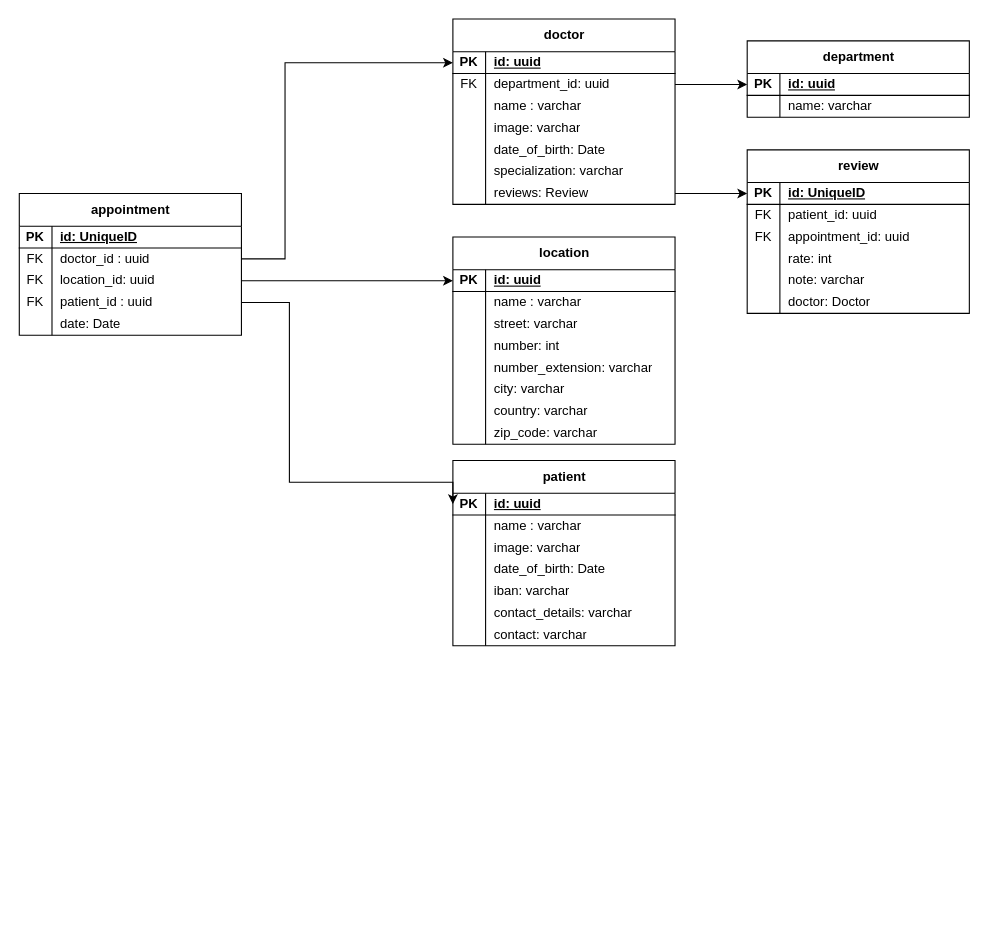
The draw.io diagram SaudeAll_Database.drawio in Alexposh/SaudeAll, before the edit. Source tidied: cells renumbered, new cells numbered last; positions are measured from the earlier drawing's top-left corner, leaving out a move shared by most shapes. Both pictures are drawn from the tidied source at 109%, with x=0, y=0 at pixel (19, 19).
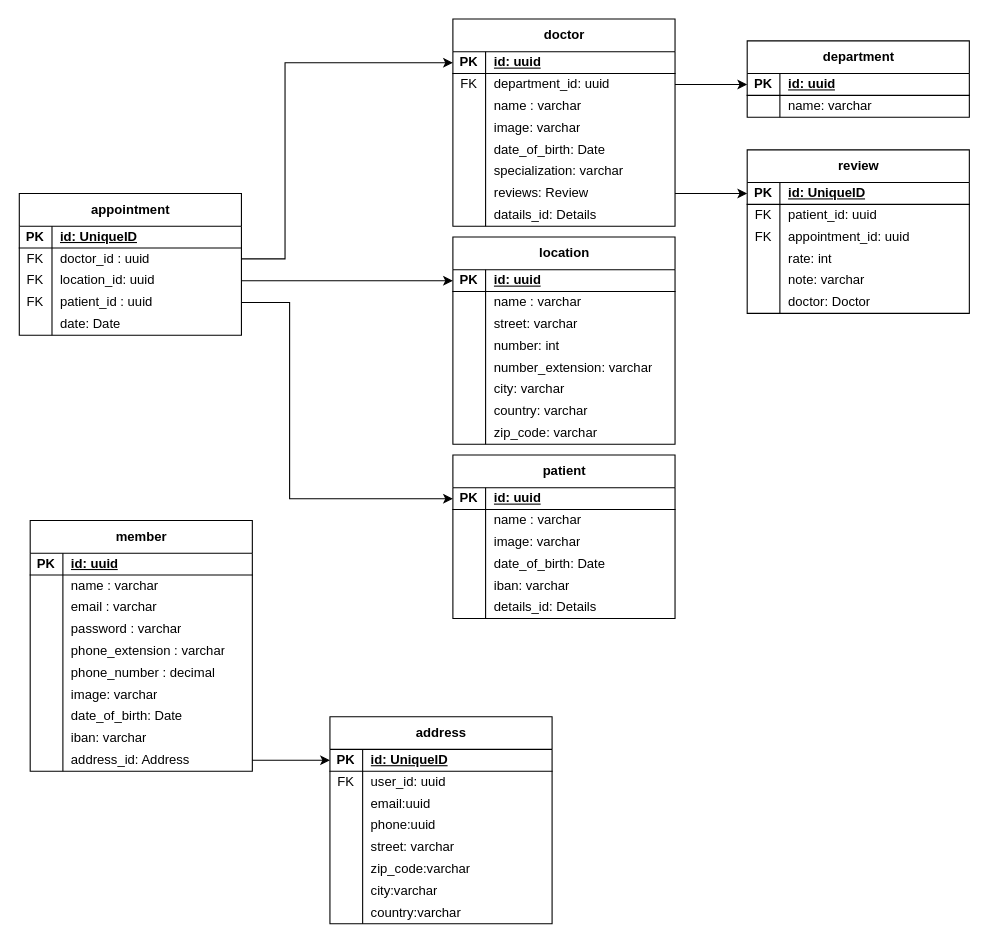
Above is the later version.

The change refers to these unchanged cells:
```xml
<mxCell id="3" style="shape=tableRow;horizontal=0;startSize=0;swimlaneHead=0;swimlaneBody=0;fillColor=none;points=[[0,0.5],[1,0.5]];portConstraint=eastwest;top=0;left=0;right=0;bottom=1;spacing=2;" parent="2" vertex="1">
  <mxGeometry y="30" width="203.8" height="20" as="geometry" />
</mxCell>
<mxCell id="18" style="shape=tableRow;horizontal=0;startSize=0;swimlaneHead=0;swimlaneBody=0;fillColor=none;top=0;left=0;right=0;bottom=0;spacing=2;" parent="2" vertex="1">
  <mxGeometry y="130" width="203.8" height="20" as="geometry" />
</mxCell>
<mxCell id="56" style="shape=tableRow;horizontal=0;startSize=0;swimlaneHead=0;swimlaneBody=0;fillColor=none;points=[[0,0.5],[1,0.5]];portConstraint=eastwest;top=0;left=0;right=0;bottom=0;spacing=2;" parent="46" vertex="1">
  <mxGeometry y="90" width="203.8" height="20" as="geometry" />
</mxCell>
```

What changed in the source:
```diff
@@
     <mxCell id="2" value="patient" style="shape=table;startSize=30;childLayout=tableLayout;rowLines=0;fontStyle=1;align=center;html=1;spacing=2;" parent="1" vertex="1">
-      <mxGeometry x="398" y="405" width="203.8" height="170" as="geometry" />
+      <mxGeometry x="398" y="400" width="203.8" height="150" as="geometry" />
     </mxCell>
@@
-    <mxCell id="20" value="contact_details: varchar" style="shape=partialRectangle;fillColor=none;top=0;left=0;bottom=0;right=0;align=left;spacingLeft=6;overflow=hidden;whiteSpace=wrap;html=1;spacing=2;" parent="18" vertex="1">
+    <mxCell id="20" value="details_id: Details" style="shape=partialRectangle;fillColor=none;top=0;left=0;bottom=0;right=0;align=left;spacingLeft=6;overflow=hidden;whiteSpace=wrap;html=1;spacing=2;" parent="18" vertex="1">
       <mxGeometry x="30" width="173.8" height="20" as="geometry" />
     </mxCell>
-    <mxCell id="21" style="shape=tableRow;horizontal=0;startSize=0;swimlaneHead=0;swimlaneBody=0;fillColor=none;top=0;left=0;right=0;bottom=0;spacing=2;" parent="2" vertex="1">
-      <mxGeometry y="150" width="203.8" height="20" as="geometry" />
-    </mxCell>
-    <mxCell id="22" style="shape=partialRectangle;fillColor=none;top=0;left=0;bottom=0;right=0;overflow=hidden;whiteSpace=wrap;html=1;spacing=2;" parent="21" vertex="1">
-      <mxGeometry width="30" height="20" as="geometry" />
-    </mxCell>
-    <mxCell id="23" value="contact: varchar" style="shape=partialRectangle;fillColor=none;top=0;left=0;bottom=0;right=0;align=left;spacingLeft=6;overflow=hidden;whiteSpace=wrap;html=1;spacing=2;" parent="21" vertex="1">
-      <mxGeometry x="30" width="173.8" height="20" as="geometry" />
-    </mxCell>
     <mxCell id="24" value="doctor" style="shape=table;startSize=30;childLayout=tableLayout;rowLines=0;fontStyle=1;align=center;html=1;spacing=2;" parent="1" vertex="1">
-      <mxGeometry x="398" width="203.8" height="170" as="geometry" />
+      <mxGeometry x="398" width="203.8" height="190" as="geometry" />
     </mxCell>
@@
+    <mxCell id="118" style="shape=tableRow;horizontal=0;startSize=0;swimlaneHead=0;swimlaneBody=0;fillColor=none;top=0;left=0;right=0;bottom=0;spacing=2;" parent="24" vertex="1">
+      <mxGeometry y="170" width="203.8" height="20" as="geometry" />
+    </mxCell>
+    <mxCell id="119" style="shape=partialRectangle;fillColor=none;top=0;left=0;bottom=0;right=0;overflow=hidden;whiteSpace=wrap;html=1;spacing=2;" parent="118" vertex="1">
+      <mxGeometry width="30" height="20" as="geometry" />
+    </mxCell>
+    <mxCell id="120" value="datails_id: Details" style="shape=partialRectangle;fillColor=none;top=0;left=0;bottom=0;right=0;align=left;spacingLeft=6;overflow=hidden;whiteSpace=wrap;html=1;spacing=2;" parent="118" vertex="1">
+      <mxGeometry x="30" width="173.8" height="20" as="geometry" />
+    </mxCell>
@@
     <mxCell id="71" style="edgeStyle=orthogonalEdgeStyle;rounded=0;jettySize=auto;html=1;exitX=1;exitY=0.5;exitDx=0;exitDy=0;entryX=0;entryY=0.5;entryDx=0;entryDy=0;" parent="1" edge="1" source="56" target="3">
       <mxGeometry relative="1" as="geometry">
         <Array as="points">
-          <mxPoint x="248" y="260" />
-          <mxPoint x="248" y="425" />
-          <mxPoint x="398" y="425" />
+          <mxPoint x="248.2" y="260" />
+          <mxPoint x="248.2" y="440" />
+          <mxPoint x="398.2" y="440" />
         </Array>
       </mxGeometry>
     </mxCell>
@@
+    <mxCell id="121" value="address" style="shape=table;startSize=30;childLayout=tableLayout;rowLines=0;fontStyle=1;align=center;html=1;spacing=2;" parent="1" vertex="1">
+      <mxGeometry x="285.2" y="640" width="203.8" height="190" as="geometry" />
+    </mxCell>
+    <mxCell id="122" style="shape=tableRow;horizontal=0;startSize=0;swimlaneHead=0;swimlaneBody=0;fillColor=none;points=[[0,0.5],[1,0.5]];portConstraint=eastwest;top=0;left=0;right=0;bottom=1;spacing=2;" parent="121" vertex="1">
+      <mxGeometry y="30" width="203.8" height="20" as="geometry" />
+    </mxCell>
+    <mxCell id="123" value="PK" style="shape=partialRectangle;fillColor=none;top=0;left=0;bottom=0;right=0;fontStyle=1;overflow=hidden;whiteSpace=wrap;html=1;spacing=2;" parent="122" vertex="1">
+      <mxGeometry width="30" height="20" as="geometry" />
+    </mxCell>
+    <mxCell id="124" value="id: UniqueID" style="shape=partialRectangle;fillColor=none;top=0;left=0;bottom=0;right=0;align=left;spacingLeft=6;fontStyle=5;overflow=hidden;whiteSpace=wrap;html=1;spacing=2;" parent="122" vertex="1">
+      <mxGeometry x="30" width="173.8" height="20" as="geometry" />
+    </mxCell>
+    <mxCell id="125" style="shape=tableRow;horizontal=0;startSize=0;swimlaneHead=0;swimlaneBody=0;fillColor=none;top=0;left=0;right=0;bottom=0;spacing=2;" parent="121" vertex="1">
+      <mxGeometry y="50" width="203.8" height="20" as="geometry" />
+    </mxCell>
+    <mxCell id="126" value="FK" style="shape=partialRectangle;fillColor=none;top=0;left=0;bottom=0;right=0;overflow=hidden;whiteSpace=wrap;html=1;spacing=2;" parent="125" vertex="1">
+      <mxGeometry width="30" height="20" as="geometry" />
+    </mxCell>
+    <mxCell id="127" value="user_id: uuid" style="shape=partialRectangle;fillColor=none;top=0;left=0;bottom=0;right=0;align=left;spacingLeft=6;overflow=hidden;whiteSpace=wrap;html=1;spacing=2;" parent="125" vertex="1">
+      <mxGeometry x="30" width="173.8" height="20" as="geometry" />
+    </mxCell>
+    <mxCell id="128" style="shape=tableRow;horizontal=0;startSize=0;swimlaneHead=0;swimlaneBody=0;fillColor=none;top=0;left=0;right=0;bottom=0;spacing=2;" parent="121" vertex="1">
+      <mxGeometry y="70" width="203.8" height="20" as="geometry" />
+    </mxCell>
+    <mxCell id="129" style="shape=partialRectangle;fillColor=none;top=0;left=0;bottom=0;right=0;overflow=hidden;whiteSpace=wrap;html=1;spacing=2;" parent="128" vertex="1">
+      <mxGeometry width="30" height="20" as="geometry" />
+    </mxCell>
+    <mxCell id="130" value="email:uuid" style="shape=partialRectangle;fillColor=none;top=0;left=0;bottom=0;right=0;align=left;spacingLeft=6;overflow=hidden;whiteSpace=wrap;html=1;spacing=2;" parent="128" vertex="1">
+      <mxGeometry x="30" width="173.8" height="20" as="geometry" />
+    </mxCell>
+    <mxCell id="131" style="shape=tableRow;horizontal=0;startSize=0;swimlaneHead=0;swimlaneBody=0;fillColor=none;top=0;left=0;right=0;bottom=0;spacing=2;" parent="121" vertex="1">
+      <mxGeometry y="90" width="203.8" height="20" as="geometry" />
+    </mxCell>
+    <mxCell id="132" style="shape=partialRectangle;fillColor=none;top=0;left=0;bottom=0;right=0;overflow=hidden;whiteSpace=wrap;html=1;spacing=2;" parent="131" vertex="1">
+      <mxGeometry width="30" height="20" as="geometry" />
+    </mxCell>
+    <mxCell id="133" value="phone:uuid" style="shape=partialRectangle;fillColor=none;top=0;left=0;bottom=0;right=0;align=left;spacingLeft=6;overflow=hidden;whiteSpace=wrap;html=1;spacing=2;" parent="131" vertex="1">
+      <mxGeometry x="30" width="173.8" height="20" as="geometry" />
+    </mxCell>
+    <mxCell id="134" style="shape=tableRow;horizontal=0;startSize=0;swimlaneHead=0;swimlaneBody=0;fillColor=none;top=0;left=0;right=0;bottom=0;spacing=2;" parent="121" vertex="1">
+      <mxGeometry y="110" width="203.8" height="20" as="geometry" />
+    </mxCell>
+    <mxCell id="135" style="shape=partialRectangle;fillColor=none;top=0;left=0;bottom=0;right=0;overflow=hidden;whiteSpace=wrap;html=1;spacing=2;" parent="134" vertex="1">
+      <mxGeometry width="30" height="20" as="geometry" />
+    </mxCell>
+    <mxCell id="136" value="street: varchar" style="shape=partialRectangle;fillColor=none;top=0;left=0;bottom=0;right=0;align=left;spacingLeft=6;overflow=hidden;whiteSpace=wrap;html=1;spacing=2;" parent="134" vertex="1">
+      <mxGeometry x="30" width="173.8" height="20" as="geometry" />
+    </mxCell>
+    <mxCell id="137" style="shape=tableRow;horizontal=0;startSize=0;swimlaneHead=0;swimlaneBody=0;fillColor=none;top=0;left=0;right=0;bottom=0;spacing=2;" parent="121" vertex="1">
+      <mxGeometry y="130" width="203.8" height="20" as="geometry" />
+    </mxCell>
+    <mxCell id="138" style="shape=partialRectangle;fillColor=none;top=0;left=0;bottom=0;right=0;overflow=hidden;whiteSpace=wrap;html=1;spacing=2;" parent="137" vertex="1">
+      <mxGeometry width="30" height="20" as="geometry" />
+    </mxCell>
+    <mxCell id="139" value="zip_code:varchar" style="shape=partialRectangle;fillColor=none;top=0;left=0;bottom=0;right=0;align=left;spacingLeft=6;overflow=hidden;whiteSpace=wrap;html=1;spacing=2;" parent="137" vertex="1">
+      <mxGeometry x="30" width="173.8" height="20" as="geometry" />
+    </mxCell>
+    <mxCell id="140" style="shape=tableRow;horizontal=0;startSize=0;swimlaneHead=0;swimlaneBody=0;fillColor=none;top=0;left=0;right=0;bottom=0;spacing=2;" parent="121" vertex="1">
+      <mxGeometry y="150" width="203.8" height="20" as="geometry" />
+    </mxCell>
+    <mxCell id="141" style="shape=partialRectangle;fillColor=none;top=0;left=0;bottom=0;right=0;overflow=hidden;whiteSpace=wrap;html=1;spacing=2;" parent="140" vertex="1">
+      <mxGeometry width="30" height="20" as="geometry" />
+    </mxCell>
+    <mxCell id="142" value="city:varchar" style="shape=partialRectangle;fillColor=none;top=0;left=0;bottom=0;right=0;align=left;spacingLeft=6;overflow=hidden;whiteSpace=wrap;html=1;spacing=2;" parent="140" vertex="1">
+      <mxGeometry x="30" width="173.8" height="20" as="geometry" />
+    </mxCell>
+    <mxCell id="143" style="shape=tableRow;horizontal=0;startSize=0;swimlaneHead=0;swimlaneBody=0;fillColor=none;top=0;left=0;right=0;bottom=0;spacing=2;" parent="121" vertex="1">
+      <mxGeometry y="170" width="203.8" height="20" as="geometry" />
+    </mxCell>
+    <mxCell id="144" style="shape=partialRectangle;fillColor=none;top=0;left=0;bottom=0;right=0;overflow=hidden;whiteSpace=wrap;html=1;spacing=2;" parent="143" vertex="1">
+      <mxGeometry width="30" height="20" as="geometry" />
+    </mxCell>
+    <mxCell id="145" value="country:varchar" style="shape=partialRectangle;fillColor=none;top=0;left=0;bottom=0;right=0;align=left;spacingLeft=6;overflow=hidden;whiteSpace=wrap;html=1;spacing=2;" parent="143" vertex="1">
+      <mxGeometry x="30" width="173.8" height="20" as="geometry" />
+    </mxCell>
+    <mxCell id="146" value="member" style="shape=table;startSize=30;childLayout=tableLayout;rowLines=0;fontStyle=1;align=center;html=1;spacing=2;" parent="1" vertex="1">
+      <mxGeometry x="10.2" y="460" width="203.8" height="230" as="geometry" />
+    </mxCell>
+    <mxCell id="147" style="shape=tableRow;horizontal=0;startSize=0;swimlaneHead=0;swimlaneBody=0;fillColor=none;top=0;left=0;right=0;bottom=1;spacing=2;" parent="146" vertex="1">
+      <mxGeometry y="30" width="203.8" height="20" as="geometry" />
+    </mxCell>
+    <mxCell id="148" value="PK" style="shape=partialRectangle;fillColor=none;top=0;left=0;bottom=0;right=0;fontStyle=1;overflow=hidden;whiteSpace=wrap;html=1;spacing=2;" parent="147" vertex="1">
+      <mxGeometry width="30" height="20" as="geometry" />
+    </mxCell>
+    <mxCell id="149" value="id: uuid" style="shape=partialRectangle;fillColor=none;top=0;left=0;bottom=0;right=0;align=left;spacingLeft=6;fontStyle=5;overflow=hidden;whiteSpace=wrap;html=1;spacing=2;" parent="147" vertex="1">
+      <mxGeometry x="30" width="173.8" height="20" as="geometry" />
+    </mxCell>
+    <mxCell id="150" style="shape=tableRow;horizontal=0;startSize=0;swimlaneHead=0;swimlaneBody=0;fillColor=none;top=0;left=0;right=0;bottom=0;spacing=2;" parent="146" vertex="1">
+      <mxGeometry y="50" width="203.8" height="20" as="geometry" />
+    </mxCell>
+    <mxCell id="151" style="shape=partialRectangle;fillColor=none;top=0;left=0;bottom=0;right=0;overflow=hidden;whiteSpace=wrap;html=1;spacing=2;" parent="150" vertex="1">
+      <mxGeometry width="30" height="20" as="geometry" />
+    </mxCell>
+    <mxCell id="152" value="name : varchar" style="shape=partialRectangle;fillColor=none;top=0;left=0;bottom=0;right=0;align=left;spacingLeft=6;overflow=hidden;whiteSpace=wrap;html=1;spacing=2;" parent="150" vertex="1">
+      <mxGeometry x="30" width="173.8" height="20" as="geometry" />
+    </mxCell>
+    <mxCell id="153" style="shape=tableRow;horizontal=0;startSize=0;swimlaneHead=0;swimlaneBody=0;fillColor=none;top=0;left=0;right=0;bottom=0;spacing=2;" parent="146" vertex="1">
+      <mxGeometry y="70" width="203.8" height="20" as="geometry" />
+    </mxCell>
+    <mxCell id="154" style="shape=partialRectangle;fillColor=none;top=0;left=0;bottom=0;right=0;overflow=hidden;whiteSpace=wrap;html=1;spacing=2;" parent="153" vertex="1">
+      <mxGeometry width="30" height="20" as="geometry" />
+    </mxCell>
+    <mxCell id="155" value="email : varchar" style="shape=partialRectangle;fillColor=none;top=0;left=0;bottom=0;right=0;align=left;spacingLeft=6;overflow=hidden;whiteSpace=wrap;html=1;spacing=2;" parent="153" vertex="1">
+      <mxGeometry x="30" width="173.8" height="20" as="geometry" />
+    </mxCell>
+    <mxCell id="156" style="shape=tableRow;horizontal=0;startSize=0;swimlaneHead=0;swimlaneBody=0;fillColor=none;top=0;left=0;right=0;bottom=0;spacing=2;" parent="146" vertex="1">
+      <mxGeometry y="90" width="203.8" height="20" as="geometry" />
+    </mxCell>
+    <mxCell id="157" style="shape=partialRectangle;fillColor=none;top=0;left=0;bottom=0;right=0;overflow=hidden;whiteSpace=wrap;html=1;spacing=2;" parent="156" vertex="1">
+      <mxGeometry width="30" height="20" as="geometry" />
+    </mxCell>
+    <mxCell id="158" value="password : varchar" style="shape=partialRectangle;fillColor=none;top=0;left=0;bottom=0;right=0;align=left;spacingLeft=6;overflow=hidden;whiteSpace=wrap;html=1;spacing=2;" parent="156" vertex="1">
+      <mxGeometry x="30" width="173.8" height="20" as="geometry" />
+    </mxCell>
+    <mxCell id="159" style="shape=tableRow;horizontal=0;startSize=0;swimlaneHead=0;swimlaneBody=0;fillColor=none;top=0;left=0;right=0;bottom=0;spacing=2;" parent="146" vertex="1">
+      <mxGeometry y="110" width="203.8" height="20" as="geometry" />
+    </mxCell>
+    <mxCell id="160" style="shape=partialRectangle;fillColor=none;top=0;left=0;bottom=0;right=0;overflow=hidden;whiteSpace=wrap;html=1;spacing=2;" parent="159" vertex="1">
+      <mxGeometry width="30" height="20" as="geometry" />
+    </mxCell>
+    <mxCell id="161" value="phone_extension : varchar" style="shape=partialRectangle;fillColor=none;top=0;left=0;bottom=0;right=0;align=left;spacingLeft=6;overflow=hidden;whiteSpace=wrap;html=1;spacing=2;" parent="159" vertex="1">
+      <mxGeometry x="30" width="173.8" height="20" as="geometry" />
+    </mxCell>
+    <mxCell id="162" style="shape=tableRow;horizontal=0;startSize=0;swimlaneHead=0;swimlaneBody=0;fillColor=none;top=0;left=0;right=0;bottom=0;spacing=2;" parent="146" vertex="1">
+      <mxGeometry y="130" width="203.8" height="20" as="geometry" />
+    </mxCell>
+    <mxCell id="163" style="shape=partialRectangle;fillColor=none;top=0;left=0;bottom=0;right=0;overflow=hidden;whiteSpace=wrap;html=1;spacing=2;" parent="162" vertex="1">
+      <mxGeometry width="30" height="20" as="geometry" />
+    </mxCell>
+    <mxCell id="164" value="phone_number : decimal" style="shape=partialRectangle;fillColor=none;top=0;left=0;bottom=0;right=0;align=left;spacingLeft=6;overflow=hidden;whiteSpace=wrap;html=1;spacing=2;" parent="162" vertex="1">
+      <mxGeometry x="30" width="173.8" height="20" as="geometry" />
+    </mxCell>
+    <mxCell id="165" style="shape=tableRow;horizontal=0;startSize=0;swimlaneHead=0;swimlaneBody=0;fillColor=none;top=0;left=0;right=0;bottom=0;spacing=2;" parent="146" vertex="1">
+      <mxGeometry y="150" width="203.8" height="20" as="geometry" />
+    </mxCell>
+    <mxCell id="166" style="shape=partialRectangle;fillColor=none;top=0;left=0;bottom=0;right=0;overflow=hidden;whiteSpace=wrap;html=1;spacing=2;" parent="165" vertex="1">
+      <mxGeometry width="30" height="20" as="geometry" />
+    </mxCell>
+    <mxCell id="167" value="image: varchar" style="shape=partialRectangle;fillColor=none;top=0;left=0;bottom=0;right=0;align=left;spacingLeft=6;overflow=hidden;whiteSpace=wrap;html=1;spacing=2;" parent="165" vertex="1">
+      <mxGeometry x="30" width="173.8" height="20" as="geometry" />
+    </mxCell>
+    <mxCell id="168" style="shape=tableRow;horizontal=0;startSize=0;swimlaneHead=0;swimlaneBody=0;fillColor=none;top=0;left=0;right=0;bottom=0;spacing=2;" parent="146" vertex="1">
+      <mxGeometry y="170" width="203.8" height="20" as="geometry" />
+    </mxCell>
+    <mxCell id="169" style="shape=partialRectangle;fillColor=none;top=0;left=0;bottom=0;right=0;overflow=hidden;whiteSpace=wrap;html=1;spacing=2;" parent="168" vertex="1">
+      <mxGeometry width="30" height="20" as="geometry" />
+    </mxCell>
+    <mxCell id="170" value="date_of_birth: Date" style="shape=partialRectangle;fillColor=none;top=0;left=0;bottom=0;right=0;align=left;spacingLeft=6;overflow=hidden;whiteSpace=wrap;html=1;spacing=2;" parent="168" vertex="1">
+      <mxGeometry x="30" width="173.8" height="20" as="geometry" />
+    </mxCell>
+    <mxCell id="171" style="shape=tableRow;horizontal=0;startSize=0;swimlaneHead=0;swimlaneBody=0;fillColor=none;top=0;left=0;right=0;bottom=0;spacing=2;" parent="146" vertex="1">
+      <mxGeometry y="190" width="203.8" height="20" as="geometry" />
+    </mxCell>
+    <mxCell id="172" style="shape=partialRectangle;fillColor=none;top=0;left=0;bottom=0;right=0;overflow=hidden;whiteSpace=wrap;html=1;spacing=2;" parent="171" vertex="1">
+      <mxGeometry width="30" height="20" as="geometry" />
+    </mxCell>
+    <mxCell id="173" value="iban: varchar" style="shape=partialRectangle;fillColor=none;top=0;left=0;bottom=0;right=0;align=left;spacingLeft=6;overflow=hidden;whiteSpace=wrap;html=1;spacing=2;" parent="171" vertex="1">
+      <mxGeometry x="30" width="173.8" height="20" as="geometry" />
+    </mxCell>
+    <mxCell id="174" style="shape=tableRow;horizontal=0;startSize=0;swimlaneHead=0;swimlaneBody=0;fillColor=none;points=[[0,0.5],[1,0.5]];portConstraint=eastwest;top=0;left=0;right=0;bottom=0;spacing=2;" parent="146" vertex="1">
+      <mxGeometry y="210" width="203.8" height="20" as="geometry" />
+    </mxCell>
+    <mxCell id="175" style="shape=partialRectangle;fillColor=none;top=0;left=0;bottom=0;right=0;overflow=hidden;whiteSpace=wrap;html=1;spacing=2;" parent="174" vertex="1">
+      <mxGeometry width="30" height="20" as="geometry" />
+    </mxCell>
+    <mxCell id="176" value="address_id: Address" style="shape=partialRectangle;fillColor=none;top=0;left=0;bottom=0;right=0;align=left;spacingLeft=6;overflow=hidden;whiteSpace=wrap;html=1;spacing=2;" parent="174" vertex="1">
+      <mxGeometry x="30" width="173.8" height="20" as="geometry" />
+    </mxCell>
+    <mxCell id="177" style="edgeStyle=orthogonalEdgeStyle;rounded=0;jettySize=auto;html=1;entryX=0;entryY=0.5;entryDx=0;entryDy=0;" parent="1" edge="1" source="174" target="122">
+      <mxGeometry relative="1" as="geometry" />
+    </mxCell>
```
